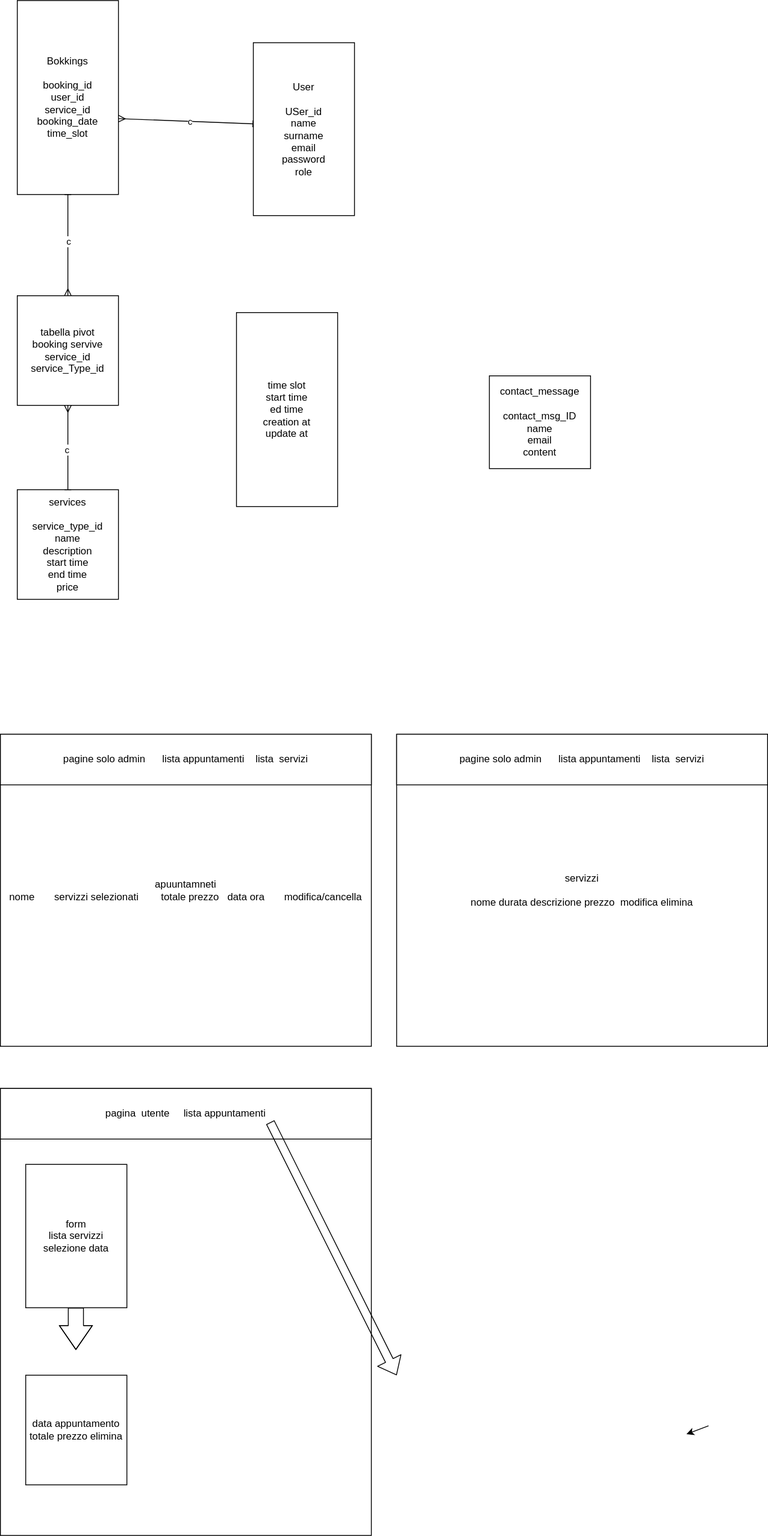
This is backend-project/dbdesign.drawio.svg from RiccardoAD/epicode-full-stack-ptoject, a draw.io export, as it was before one commit. Source tidied: cells renumbered, new cells last; positions are measured from the earlier drawing's top-left corner, leaving out a move shared by most shapes.
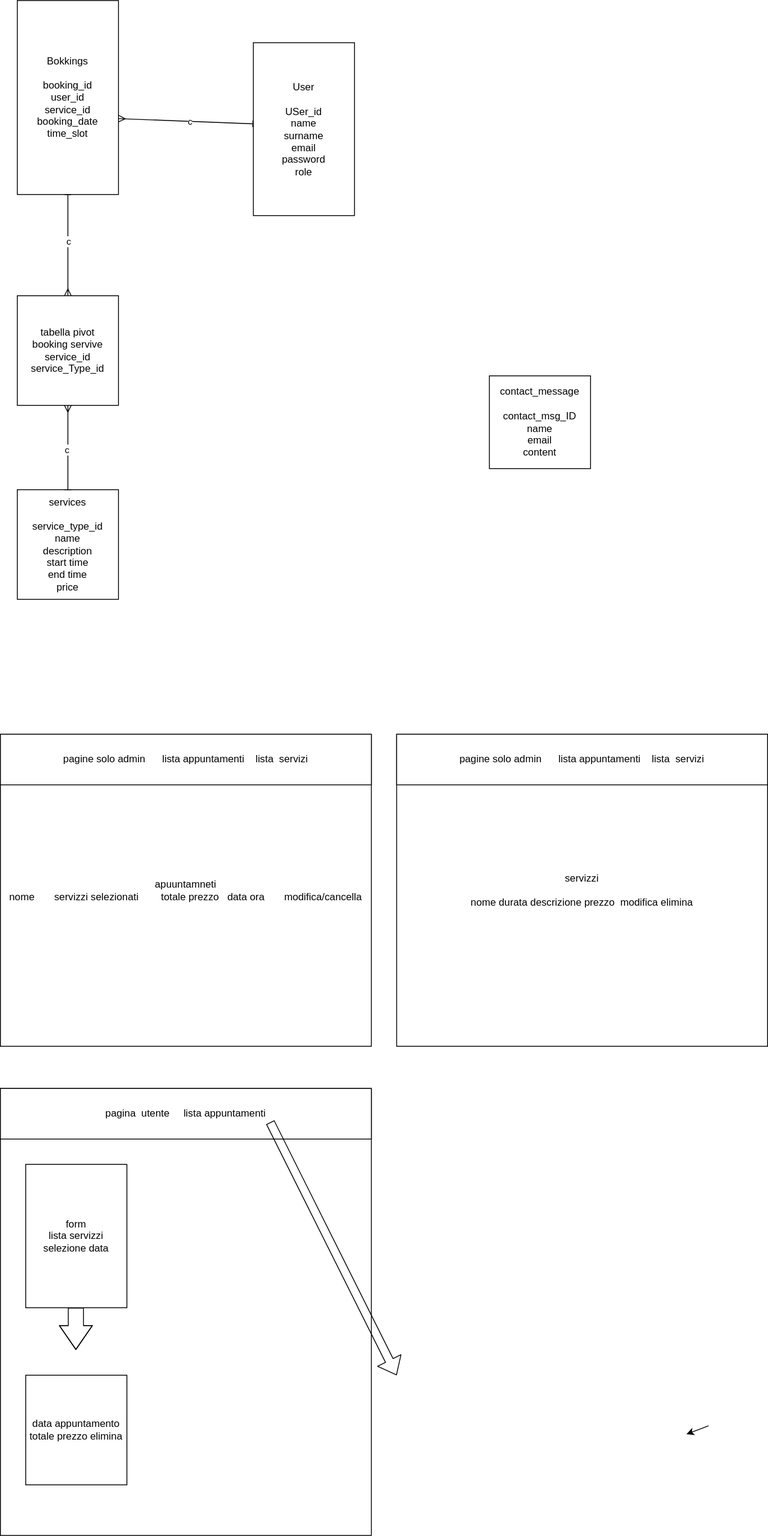
After the change.

The edit, as a diff of the source:
```diff
@@ -73,8 +73,5 @@
         <mxPoint x="813.8" y="1699.9" as="targetPoint" />
       </mxGeometry>
     </mxCell>
-    <mxCell id="21" value="time slot&lt;br&gt;start time&lt;br&gt;ed time&amp;nbsp;&lt;br&gt;creation at&lt;br&gt;update at&amp;nbsp;" style="whiteSpace=wrap;html=1;" parent="1" vertex="1">
-      <mxGeometry x="280" y="370" width="120" height="230" as="geometry" />
-    </mxCell>
   </root>
 </mxGraphModel>
```
